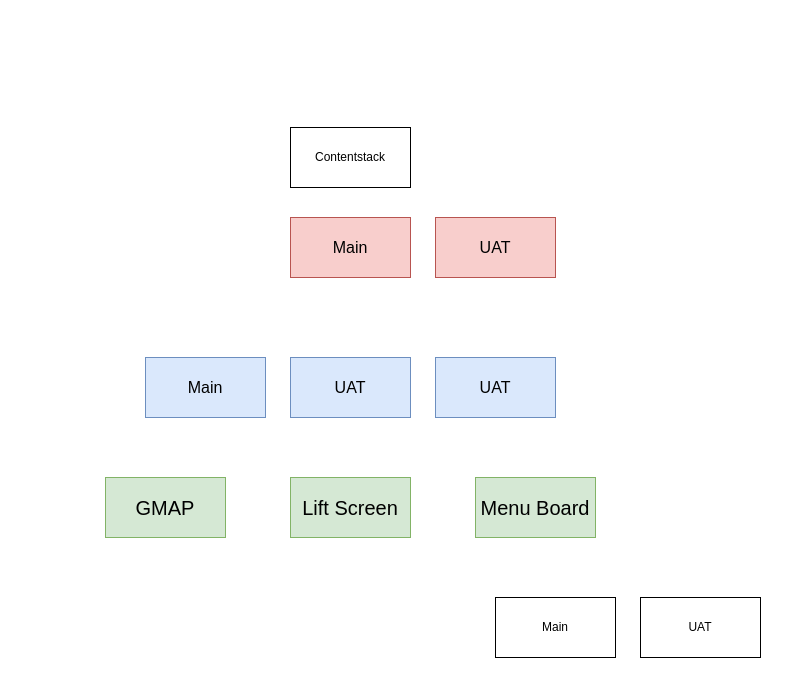
Earlier version of the draw.io diagram Untitled Diagram.drawio (jonathanpiper-cs/flowchart). Source tidied: cells renumbered, new cells numbered last; positions are measured from the earlier drawing's top-left corner, leaving out a move shared by most shapes. Both pictures are drawn from the tidied source at 100%, with x=0, y=0 at pixel (105, 127).
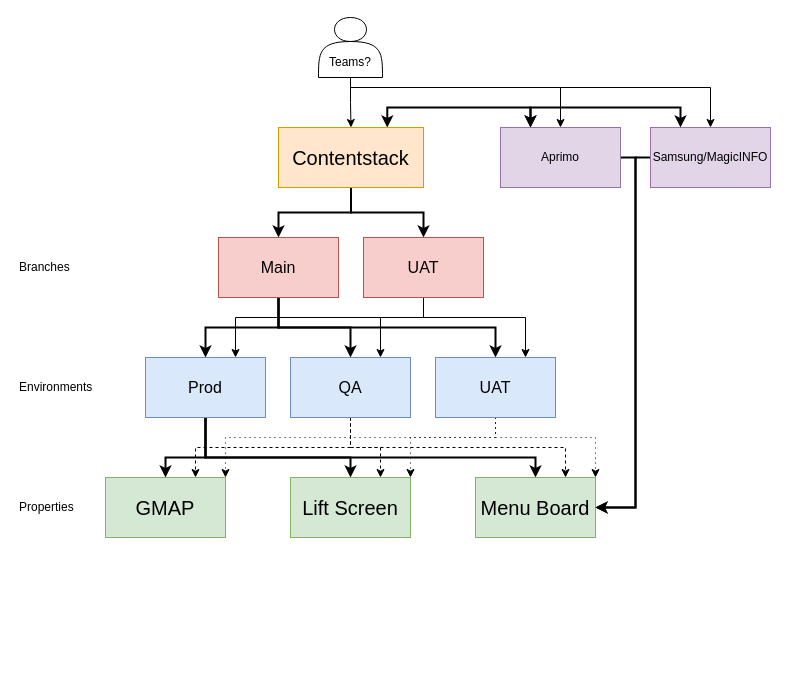
The same diagram, later.

Unchanged cells that the change refers to:
```xml
<mxCell id="7" value="UAT" style="rounded=0;whiteSpace=wrap;html=1;fillColor=#dae8fc;strokeColor=#6c8ebf;fontSize=16;" parent="1" vertex="1">
  <mxGeometry x="330" y="230" width="120" height="60" as="geometry" />
</mxCell>
<mxCell id="8" value="GMAP" style="rounded=0;whiteSpace=wrap;html=1;fillColor=#d5e8d4;strokeColor=#82b366;fontSize=20;" parent="1" vertex="1">
  <mxGeometry y="350" width="120" height="60" as="geometry" />
</mxCell>
<mxCell id="9" value="Lift Screen" style="rounded=0;whiteSpace=wrap;html=1;fillColor=#d5e8d4;strokeColor=#82b366;fontSize=20;" parent="1" vertex="1">
  <mxGeometry x="185" y="350" width="120" height="60" as="geometry" />
</mxCell>
<mxCell id="10" value="Menu Board" style="rounded=0;whiteSpace=wrap;html=1;fillColor=#d5e8d4;strokeColor=#82b366;fontSize=20;" parent="1" vertex="1">
  <mxGeometry x="370" y="350" width="120" height="60" as="geometry" />
</mxCell>
```

Diff of the diagram source:
```diff
@@
+    <mxCell id="13" style="edgeStyle=orthogonalEdgeStyle;rounded=0;jettySize=auto;html=1;strokeWidth=2;" parent="1" edge="1" source="2" target="4">
+      <mxGeometry relative="1" as="geometry" />
+    </mxCell>
+    <mxCell id="14" style="edgeStyle=orthogonalEdgeStyle;rounded=0;jettySize=auto;html=1;entryX=0.5;entryY=0;entryDx=0;entryDy=0;strokeWidth=2;" parent="1" edge="1" source="2" target="3">
+      <mxGeometry relative="1" as="geometry" />
+    </mxCell>
+    <mxCell id="15" style="edgeStyle=orthogonalEdgeStyle;rounded=0;jettySize=auto;html=1;exitX=0.25;exitY=0;exitDx=0;exitDy=0;entryX=0.25;entryY=0;entryDx=0;entryDy=0;startArrow=classic;startFill=1;strokeWidth=2;" parent="1" edge="1" source="12" target="11">
+      <mxGeometry relative="1" as="geometry" />
+    </mxCell>
+    <mxCell id="16" style="edgeStyle=orthogonalEdgeStyle;rounded=0;jettySize=auto;html=1;exitX=0.75;exitY=0;exitDx=0;exitDy=0;entryX=0.25;entryY=0;entryDx=0;entryDy=0;startArrow=classic;startFill=1;strokeWidth=2;" parent="1" edge="1" source="2" target="11">
+      <mxGeometry relative="1" as="geometry" />
+    </mxCell>
-    <mxCell id="2" value="Contentstack" style="rounded=0;whiteSpace=wrap;html=1;" parent="1" vertex="1">
-      <mxGeometry x="185" width="120" height="60" as="geometry" />
+    <mxCell id="2" value="Contentstack" style="rounded=0;whiteSpace=wrap;html=1;fillColor=#ffe6cc;strokeColor=#d79b00;fontSize=20;" parent="1" vertex="1">
+      <mxGeometry x="173" width="145" height="60" as="geometry" />
     </mxCell>
+    <mxCell id="17" style="edgeStyle=orthogonalEdgeStyle;rounded=0;jettySize=auto;html=1;entryX=0.5;entryY=0;entryDx=0;entryDy=0;strokeWidth=2;" parent="1" edge="1" source="3" target="5">
+      <mxGeometry relative="1" as="geometry" />
+    </mxCell>
+    <mxCell id="18" style="edgeStyle=orthogonalEdgeStyle;rounded=0;jettySize=auto;html=1;entryX=0.5;entryY=0;entryDx=0;entryDy=0;strokeWidth=2;" parent="1" edge="1" source="3" target="6">
+      <mxGeometry relative="1" as="geometry" />
+    </mxCell>
+    <mxCell id="19" style="edgeStyle=orthogonalEdgeStyle;rounded=0;jettySize=auto;html=1;strokeWidth=2;" parent="1" edge="1" source="3" target="7">
+      <mxGeometry relative="1" as="geometry">
+        <Array as="points">
+          <mxPoint x="173" y="200" />
+          <mxPoint x="390" y="200" />
+        </Array>
+      </mxGeometry>
+    </mxCell>
     <mxCell id="3" value="Main" style="rounded=0;whiteSpace=wrap;html=1;fillColor=#f8cecc;strokeColor=#b85450;fontSize=16;" parent="1" vertex="1">
-      <mxGeometry x="185" y="90" width="120" height="60" as="geometry" />
+      <mxGeometry x="113" y="110" width="120" height="60" as="geometry" />
     </mxCell>
+    <mxCell id="20" style="edgeStyle=orthogonalEdgeStyle;rounded=0;jettySize=auto;html=1;entryX=0.75;entryY=0;entryDx=0;entryDy=0;" parent="1" edge="1" source="4" target="5">
+      <mxGeometry relative="1" as="geometry">
+        <Array as="points">
+          <mxPoint x="318" y="190" />
+          <mxPoint x="130" y="190" />
+        </Array>
+      </mxGeometry>
+    </mxCell>
+    <mxCell id="21" style="edgeStyle=orthogonalEdgeStyle;rounded=0;jettySize=auto;html=1;entryX=0.75;entryY=0;entryDx=0;entryDy=0;" parent="1" edge="1" source="4" target="7">
+      <mxGeometry relative="1" as="geometry">
+        <Array as="points">
+          <mxPoint x="318" y="190" />
+          <mxPoint x="420" y="190" />
+        </Array>
+      </mxGeometry>
+    </mxCell>
+    <mxCell id="22" style="edgeStyle=orthogonalEdgeStyle;rounded=0;jettySize=auto;html=1;entryX=0.75;entryY=0;entryDx=0;entryDy=0;" parent="1" edge="1" source="4" target="6">
+      <mxGeometry relative="1" as="geometry">
+        <Array as="points">
+          <mxPoint x="318" y="190" />
+          <mxPoint x="275" y="190" />
+        </Array>
+      </mxGeometry>
+    </mxCell>
     <mxCell id="4" value="UAT" style="rounded=0;whiteSpace=wrap;html=1;fillColor=#f8cecc;strokeColor=#b85450;fontSize=16;" parent="1" vertex="1">
-      <mxGeometry x="330" y="90" width="120" height="60" as="geometry" />
+      <mxGeometry x="258" y="110" width="120" height="60" as="geometry" />
     </mxCell>
+    <mxCell id="23" style="edgeStyle=orthogonalEdgeStyle;rounded=0;jettySize=auto;html=1;entryX=0.5;entryY=0;entryDx=0;entryDy=0;strokeWidth=2;" parent="1" edge="1" source="5" target="8">
+      <mxGeometry relative="1" as="geometry">
+        <Array as="points">
+          <mxPoint x="100" y="330" />
+          <mxPoint x="60" y="330" />
+        </Array>
+      </mxGeometry>
+    </mxCell>
+    <mxCell id="24" style="edgeStyle=orthogonalEdgeStyle;rounded=0;jettySize=auto;html=1;strokeWidth=2;" parent="1" edge="1" source="5" target="9">
+      <mxGeometry relative="1" as="geometry">
+        <Array as="points">
+          <mxPoint x="100" y="330" />
+          <mxPoint x="245" y="330" />
+        </Array>
+      </mxGeometry>
+    </mxCell>
+    <mxCell id="25" style="edgeStyle=orthogonalEdgeStyle;rounded=0;jettySize=auto;html=1;entryX=0.5;entryY=0;entryDx=0;entryDy=0;strokeWidth=2;" parent="1" edge="1" source="5" target="10">
+      <mxGeometry relative="1" as="geometry">
+        <Array as="points">
+          <mxPoint x="100" y="330" />
+          <mxPoint x="430" y="330" />
+        </Array>
+      </mxGeometry>
+    </mxCell>
-    <mxCell id="5" value="Main" style="rounded=0;whiteSpace=wrap;html=1;fillColor=#dae8fc;strokeColor=#6c8ebf;fontSize=16;" parent="1" vertex="1">
+    <mxCell id="5" value="Prod" style="rounded=0;whiteSpace=wrap;html=1;fillColor=#dae8fc;strokeColor=#6c8ebf;fontSize=16;" parent="1" vertex="1">
       <mxGeometry x="40" y="230" width="120" height="60" as="geometry" />
     </mxCell>
+    <mxCell id="26" style="edgeStyle=orthogonalEdgeStyle;rounded=0;jettySize=auto;html=1;entryX=0.75;entryY=0;entryDx=0;entryDy=0;dashed=1;" parent="1" edge="1" source="6" target="8">
+      <mxGeometry relative="1" as="geometry">
+        <Array as="points">
+          <mxPoint x="245" y="320" />
+          <mxPoint x="90" y="320" />
+        </Array>
+      </mxGeometry>
+    </mxCell>
+    <mxCell id="27" style="edgeStyle=orthogonalEdgeStyle;rounded=0;jettySize=auto;html=1;entryX=0.75;entryY=0;entryDx=0;entryDy=0;dashed=1;" parent="1" edge="1" source="6" target="9">
+      <mxGeometry relative="1" as="geometry" />
+    </mxCell>
+    <mxCell id="28" style="edgeStyle=orthogonalEdgeStyle;rounded=0;jettySize=auto;html=1;entryX=0.75;entryY=0;entryDx=0;entryDy=0;dashed=1;" parent="1" edge="1" source="6" target="10">
+      <mxGeometry relative="1" as="geometry">
+        <Array as="points">
+          <mxPoint x="245" y="320" />
+          <mxPoint x="460" y="320" />
+        </Array>
+      </mxGeometry>
+    </mxCell>
-    <mxCell id="6" value="UAT" style="rounded=0;whiteSpace=wrap;html=1;fillColor=#dae8fc;strokeColor=#6c8ebf;fontSize=16;" parent="1" vertex="1">
+    <mxCell id="6" value="QA" style="rounded=0;whiteSpace=wrap;html=1;fillColor=#dae8fc;strokeColor=#6c8ebf;fontSize=16;" parent="1" vertex="1">
       <mxGeometry x="185" y="230" width="120" height="60" as="geometry" />
     </mxCell>
+    <mxCell id="29" style="edgeStyle=orthogonalEdgeStyle;rounded=0;jettySize=auto;html=1;entryX=1;entryY=0;entryDx=0;entryDy=0;dashed=1;dashPattern=1 4;" parent="1" edge="1" source="7" target="8">
+      <mxGeometry relative="1" as="geometry">
+        <Array as="points">
+          <mxPoint x="390" y="310" />
+          <mxPoint x="120" y="310" />
+        </Array>
+      </mxGeometry>
+    </mxCell>
+    <mxCell id="30" style="edgeStyle=orthogonalEdgeStyle;rounded=0;jettySize=auto;html=1;entryX=1;entryY=0;entryDx=0;entryDy=0;dashed=1;dashPattern=1 4;" parent="1" edge="1" source="7" target="9">
+      <mxGeometry relative="1" as="geometry">
+        <Array as="points">
+          <mxPoint x="390" y="310" />
+          <mxPoint x="305" y="310" />
+        </Array>
+      </mxGeometry>
+    </mxCell>
+    <mxCell id="31" style="edgeStyle=orthogonalEdgeStyle;rounded=0;jettySize=auto;html=1;entryX=1;entryY=0;entryDx=0;entryDy=0;dashed=1;dashPattern=1 4;" parent="1" edge="1" source="7" target="10">
+      <mxGeometry relative="1" as="geometry">
+        <Array as="points">
+          <mxPoint x="390" y="310" />
+          <mxPoint x="490" y="310" />
+        </Array>
+      </mxGeometry>
+    </mxCell>
@@
+    <mxCell id="32" style="edgeStyle=orthogonalEdgeStyle;rounded=0;jettySize=auto;html=1;entryX=1;entryY=0.5;entryDx=0;entryDy=0;strokeWidth=2;" parent="1" edge="1" source="11" target="10">
+      <mxGeometry relative="1" as="geometry">
+        <Array as="points">
+          <mxPoint x="530" y="30" />
+          <mxPoint x="530" y="380" />
+        </Array>
+      </mxGeometry>
+    </mxCell>
-    <mxCell id="11" value="Main" style="rounded=0;whiteSpace=wrap;html=1;" parent="1" vertex="1">
-      <mxGeometry x="390" y="470" width="120" height="60" as="geometry" />
+    <mxCell id="11" value="Aprimo" style="rounded=0;whiteSpace=wrap;html=1;fillColor=#e1d5e7;strokeColor=#9673a6;" parent="1" vertex="1">
+      <mxGeometry x="395" width="120" height="60" as="geometry" />
     </mxCell>
+    <mxCell id="33" style="edgeStyle=orthogonalEdgeStyle;rounded=0;jettySize=auto;html=1;entryX=1;entryY=0.5;entryDx=0;entryDy=0;strokeWidth=2;" parent="1" edge="1" source="12" target="10">
+      <mxGeometry relative="1" as="geometry">
+        <Array as="points">
+          <mxPoint x="530" y="30" />
+          <mxPoint x="530" y="380" />
+        </Array>
+      </mxGeometry>
+    </mxCell>
-    <mxCell id="12" value="UAT" style="rounded=0;whiteSpace=wrap;html=1;" parent="1" vertex="1">
-      <mxGeometry x="535" y="470" width="120" height="60" as="geometry" />
+    <mxCell id="12" value="Samsung/MagicINFO" style="rounded=0;whiteSpace=wrap;html=1;fillColor=#e1d5e7;strokeColor=#9673a6;" parent="1" vertex="1">
+      <mxGeometry x="545" width="120" height="60" as="geometry" />
     </mxCell>
+    <mxCell id="34" style="edgeStyle=orthogonalEdgeStyle;rounded=0;jettySize=auto;html=1;entryX=0.5;entryY=0;entryDx=0;entryDy=0;" parent="1" edge="1" source="37" target="2">
+      <mxGeometry relative="1" as="geometry" />
+    </mxCell>
+    <mxCell id="35" style="edgeStyle=orthogonalEdgeStyle;rounded=0;jettySize=auto;html=1;exitX=0.5;exitY=1;exitDx=0;exitDy=0;entryX=0.5;entryY=0;entryDx=0;entryDy=0;" parent="1" edge="1" source="37" target="11">
+      <mxGeometry relative="1" as="geometry">
+        <Array as="points">
+          <mxPoint x="245" y="-40" />
+          <mxPoint x="455" y="-40" />
+        </Array>
+      </mxGeometry>
+    </mxCell>
+    <mxCell id="36" style="edgeStyle=orthogonalEdgeStyle;rounded=0;jettySize=auto;html=1;entryX=0.5;entryY=0;entryDx=0;entryDy=0;" parent="1" edge="1" source="37" target="12">
+      <mxGeometry relative="1" as="geometry">
+        <Array as="points">
+          <mxPoint x="245" y="-40" />
+          <mxPoint x="605" y="-40" />
+        </Array>
+      </mxGeometry>
+    </mxCell>
+    <mxCell id="37" value="&lt;br&gt;&lt;br&gt;Teams?" style="shape=actor;whiteSpace=wrap;html=1;" parent="1" vertex="1">
+      <mxGeometry x="213" y="-110" width="64" height="60" as="geometry" />
+    </mxCell>
+    <mxCell id="38" value="Branches" style="rounded=0;whiteSpace=wrap;html=1;fillColor=none;strokeColor=none;align=left;" parent="1" vertex="1">
+      <mxGeometry x="-88" y="110" width="122" height="60" as="geometry" />
+    </mxCell>
+    <mxCell id="39" value="Environments" style="rounded=0;whiteSpace=wrap;html=1;fillColor=none;strokeColor=none;align=left;" parent="1" vertex="1">
+      <mxGeometry x="-88" y="230" width="120" height="60" as="geometry" />
+    </mxCell>
+    <mxCell id="40" value="Properties" style="rounded=0;whiteSpace=wrap;html=1;fillColor=none;strokeColor=none;align=left;" parent="1" vertex="1">
+      <mxGeometry x="-88" y="350" width="120" height="60" as="geometry" />
+    </mxCell>
```
